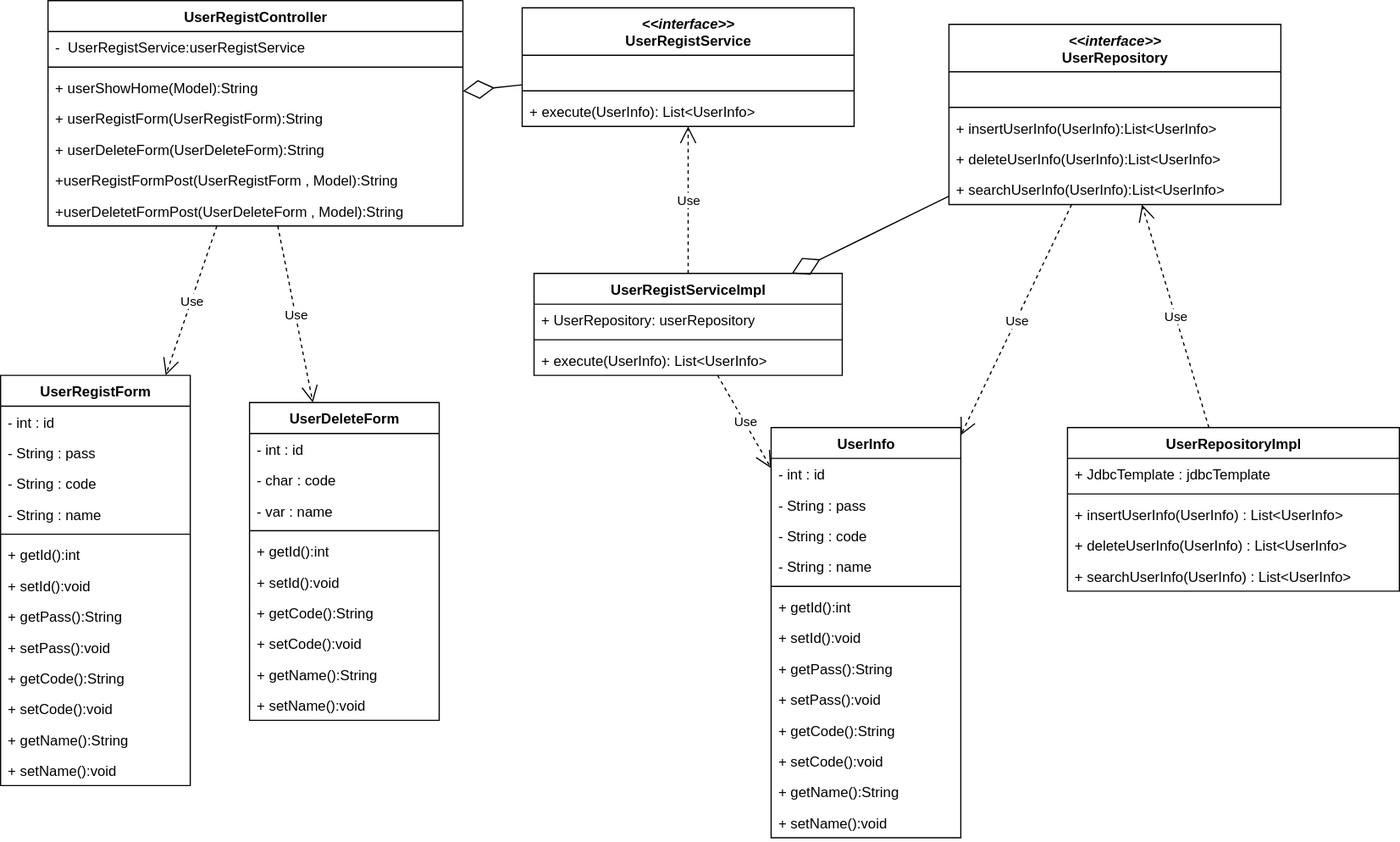
Before: 03_詳細設計/クラス図/ユーザー登録.drawio.svg, a diagram exported from draw.io (ICT-Training-2026/team-project-15). Source tidied: cells renumbered, new cells last; positions are measured from the earlier drawing's top-left corner, leaving out a move shared by most shapes.
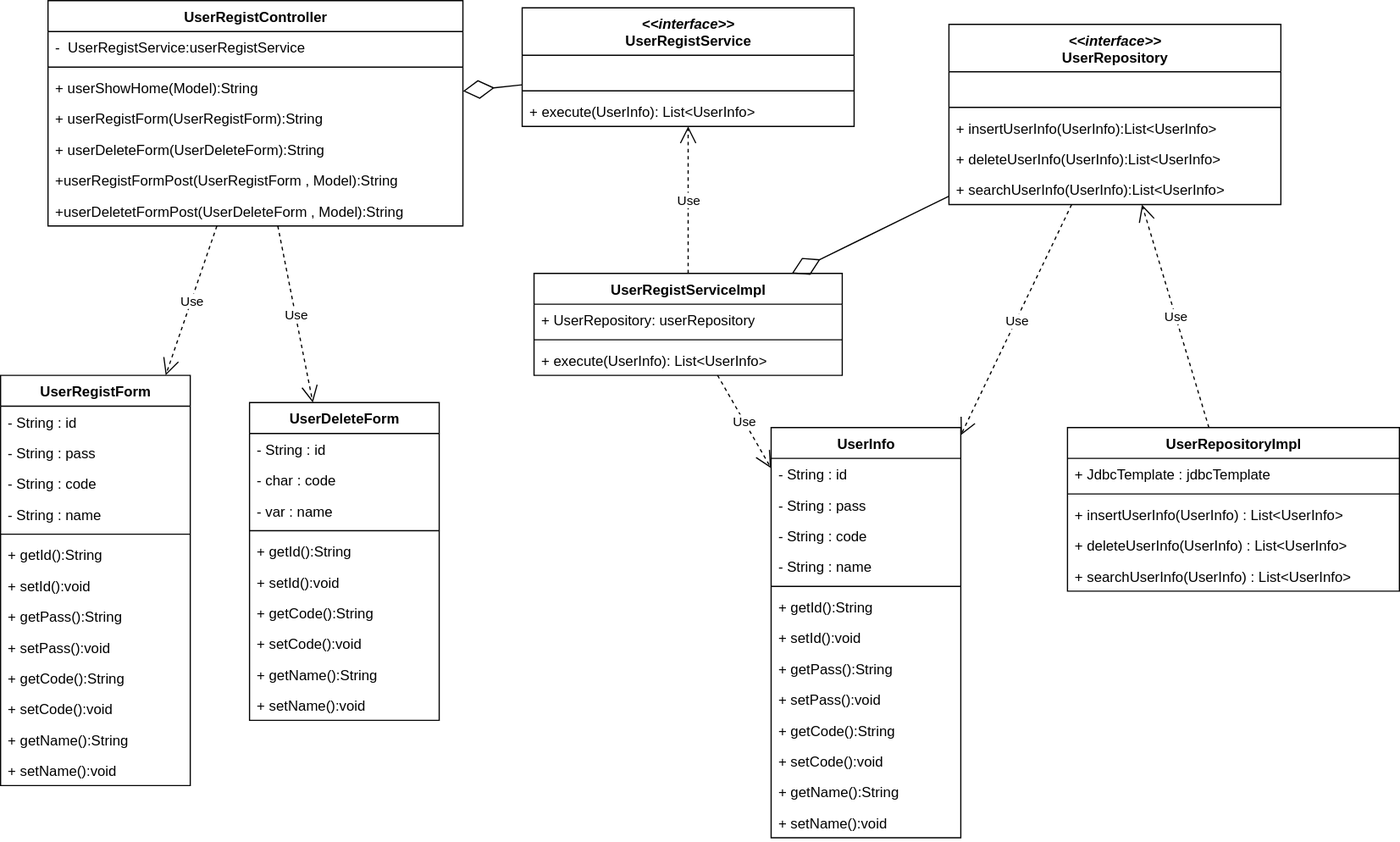
The same file after the commit.

The edit, as a diff of the source:
```diff
@@ -53,7 +53,7 @@
     <mxCell id="18" value="UserInfo" style="swimlane;fontStyle=1;align=center;verticalAlign=top;horizontal=1;startSize=26;whiteSpace=wrap;html=1;" parent="1" vertex="1">
       <mxGeometry x="650" y="360" width="160" height="346" as="geometry" />
     </mxCell>
-    <mxCell id="19" value="- int : id" style="text;strokeColor=none;fillColor=none;align=left;verticalAlign=top;spacingLeft=4;spacingRight=4;overflow=hidden;whiteSpace=wrap;html=1;" parent="18" vertex="1">
+    <mxCell id="19" value="- String : id" style="text;strokeColor=none;fillColor=none;align=left;verticalAlign=top;spacingLeft=4;spacingRight=4;overflow=hidden;whiteSpace=wrap;html=1;" parent="18" vertex="1">
       <mxGeometry y="26" width="160" height="26" as="geometry" />
     </mxCell>
     <mxCell id="20" value="- String : pass" style="text;strokeColor=none;fillColor=none;align=left;verticalAlign=top;spacingLeft=4;spacingRight=4;overflow=hidden;whiteSpace=wrap;html=1;" parent="18" vertex="1">
@@ -68,7 +68,7 @@
     <mxCell id="23" style="line;strokeWidth=1;fillColor=none;align=left;verticalAlign=middle;spacingTop=-1;spacingLeft=3;spacingRight=3;labelPosition=right;strokeColor=inherit;" parent="18" vertex="1">
       <mxGeometry y="130" width="160" height="8" as="geometry" />
     </mxCell>
-    <mxCell id="24" value="+ getId():int" style="text;strokeColor=none;fillColor=none;align=left;verticalAlign=top;spacingLeft=4;spacingRight=4;overflow=hidden;whiteSpace=wrap;html=1;" parent="18" vertex="1">
+    <mxCell id="24" value="+ getId():String&lt;div&gt;&lt;br&gt;&lt;/div&gt;" style="text;strokeColor=none;fillColor=none;align=left;verticalAlign=top;spacingLeft=4;spacingRight=4;overflow=hidden;whiteSpace=wrap;html=1;" parent="18" vertex="1">
       <mxGeometry y="138" width="160" height="26" as="geometry" />
     </mxCell>
     <mxCell id="25" value="+ setId():void" style="text;strokeColor=none;fillColor=none;align=left;verticalAlign=top;spacingLeft=4;spacingRight=4;overflow=hidden;whiteSpace=wrap;html=1;" parent="18" vertex="1">
@@ -95,7 +95,7 @@
     <mxCell id="32" value="UserDeleteForm" style="swimlane;fontStyle=1;align=center;verticalAlign=top;horizontal=1;startSize=26;whiteSpace=wrap;html=1;" parent="1" vertex="1">
       <mxGeometry x="210" y="339" width="160" height="268" as="geometry" />
     </mxCell>
-    <mxCell id="33" value="- int : id" style="text;strokeColor=none;fillColor=none;align=left;verticalAlign=top;spacingLeft=4;spacingRight=4;overflow=hidden;whiteSpace=wrap;html=1;" parent="32" vertex="1">
+    <mxCell id="33" value="- String : id" style="text;strokeColor=none;fillColor=none;align=left;verticalAlign=top;spacingLeft=4;spacingRight=4;overflow=hidden;whiteSpace=wrap;html=1;" parent="32" vertex="1">
       <mxGeometry y="26" width="160" height="26" as="geometry" />
     </mxCell>
     <mxCell id="34" value="- char : code" style="text;strokeColor=none;fillColor=none;align=left;verticalAlign=top;spacingLeft=4;spacingRight=4;overflow=hidden;whiteSpace=wrap;html=1;" parent="32" vertex="1">
@@ -107,7 +107,7 @@
     <mxCell id="36" style="line;strokeWidth=1;fillColor=none;align=left;verticalAlign=middle;spacingTop=-1;spacingLeft=3;spacingRight=3;labelPosition=right;strokeColor=inherit;" parent="32" vertex="1">
       <mxGeometry y="104" width="160" height="8" as="geometry" />
     </mxCell>
-    <mxCell id="37" value="+ getId():int" style="text;strokeColor=none;fillColor=none;align=left;verticalAlign=top;spacingLeft=4;spacingRight=4;overflow=hidden;whiteSpace=wrap;html=1;" parent="32" vertex="1">
+    <mxCell id="37" value="+ getId():String" style="text;strokeColor=none;fillColor=none;align=left;verticalAlign=top;spacingLeft=4;spacingRight=4;overflow=hidden;whiteSpace=wrap;html=1;" parent="32" vertex="1">
       <mxGeometry y="112" width="160" height="26" as="geometry" />
     </mxCell>
     <mxCell id="38" value="+ setId():void" style="text;strokeColor=none;fillColor=none;align=left;verticalAlign=top;spacingLeft=4;spacingRight=4;overflow=hidden;whiteSpace=wrap;html=1;" parent="32" vertex="1">
@@ -188,7 +188,7 @@
     <mxCell id="63" value="UserRegistForm" style="swimlane;fontStyle=1;align=center;verticalAlign=top;horizontal=1;startSize=26;whiteSpace=wrap;html=1;" parent="1" vertex="1">
       <mxGeometry y="316" width="160" height="346" as="geometry" />
     </mxCell>
-    <mxCell id="64" value="- int : id" style="text;strokeColor=none;fillColor=none;align=left;verticalAlign=top;spacingLeft=4;spacingRight=4;overflow=hidden;whiteSpace=wrap;html=1;" parent="63" vertex="1">
+    <mxCell id="64" value="- String : id" style="text;strokeColor=none;fillColor=none;align=left;verticalAlign=top;spacingLeft=4;spacingRight=4;overflow=hidden;whiteSpace=wrap;html=1;" parent="63" vertex="1">
       <mxGeometry y="26" width="160" height="26" as="geometry" />
     </mxCell>
     <mxCell id="65" value="- String : pass" style="text;strokeColor=none;fillColor=none;align=left;verticalAlign=top;spacingLeft=4;spacingRight=4;overflow=hidden;whiteSpace=wrap;html=1;" parent="63" vertex="1">
@@ -203,7 +203,7 @@
     <mxCell id="68" style="line;strokeWidth=1;fillColor=none;align=left;verticalAlign=middle;spacingTop=-1;spacingLeft=3;spacingRight=3;labelPosition=right;strokeColor=inherit;" parent="63" vertex="1">
       <mxGeometry y="130" width="160" height="8" as="geometry" />
     </mxCell>
-    <mxCell id="69" value="+ getId():int" style="text;strokeColor=none;fillColor=none;align=left;verticalAlign=top;spacingLeft=4;spacingRight=4;overflow=hidden;whiteSpace=wrap;html=1;" parent="63" vertex="1">
+    <mxCell id="69" value="+ getId():String" style="text;strokeColor=none;fillColor=none;align=left;verticalAlign=top;spacingLeft=4;spacingRight=4;overflow=hidden;whiteSpace=wrap;html=1;" parent="63" vertex="1">
       <mxGeometry y="138" width="160" height="26" as="geometry" />
     </mxCell>
     <mxCell id="70" value="+ setId():void" style="text;strokeColor=none;fillColor=none;align=left;verticalAlign=top;spacingLeft=4;spacingRight=4;overflow=hidden;whiteSpace=wrap;html=1;" parent="63" vertex="1">
```
